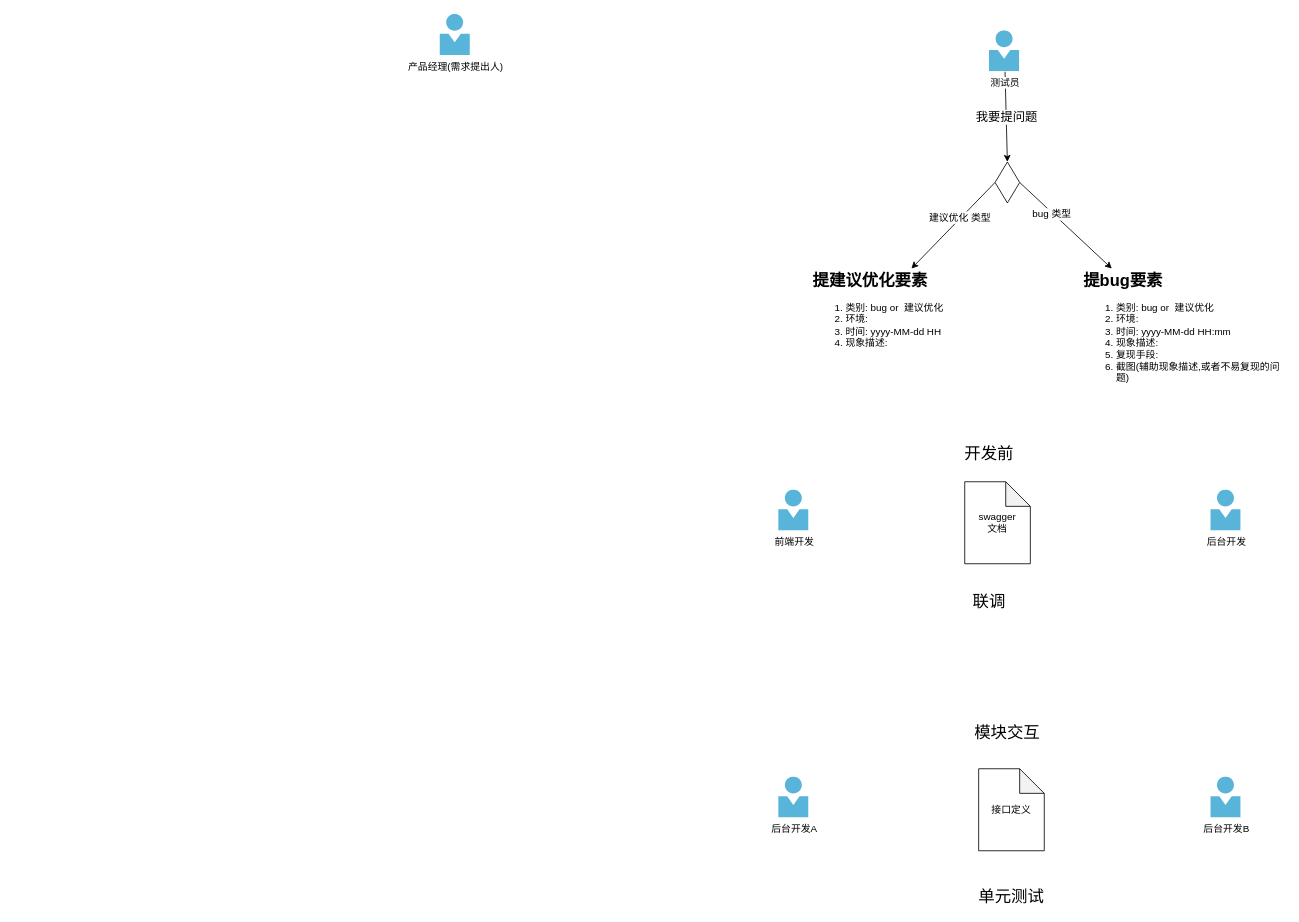
Before: tmp_临时画下.drawio in jingmian/design-repo, a draw.io diagram. Source tidied: cells renumbered, new cells numbered last; positions are measured from the earlier drawing's top-left corner, leaving out a move shared by most shapes. Both pictures are drawn from the tidied source at 82%, with x=0, y=0 at pixel (440, 14).
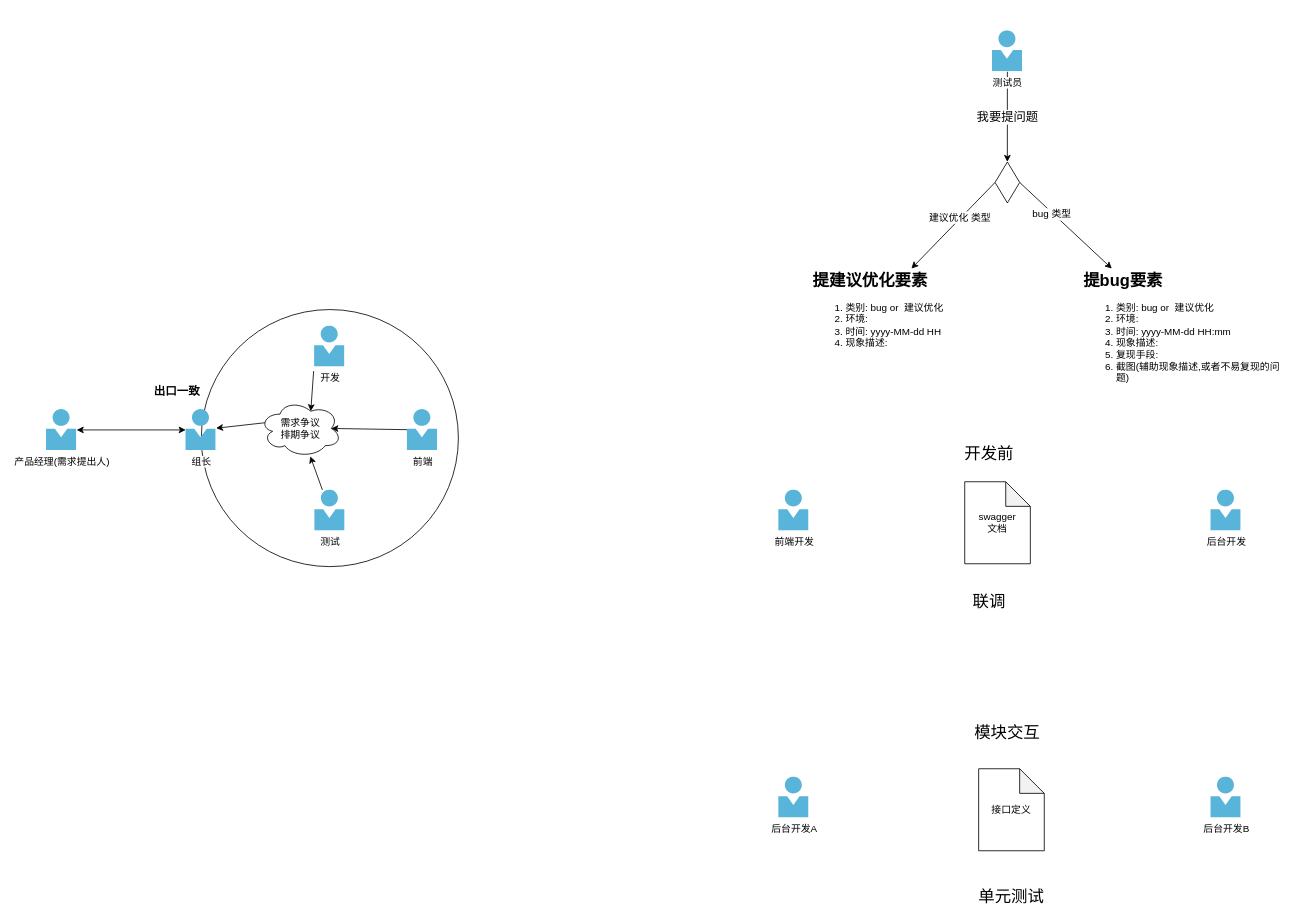
Above is the later version.

Commit message (it also covers changes not shown here):
更新tmp_临时画下.drawio

Change to the diagram source:
```diff
@@
+    <mxCell id="22" style="ellipse;whiteSpace=wrap;html=1;" parent="1" vertex="1">
+      <mxGeometry x="-291" y="360" width="313.5" height="313.5" as="geometry" />
+    </mxCell>
     <mxCell id="2" value="产品经理(需求提出人)" style="html=1;points=[];align=center;image;fontSize=12;image=img/lib/mscae/Person.svg;" parent="1" vertex="1">
-      <mxGeometry width="37" height="50" as="geometry" />
+      <mxGeometry x="-480" y="481.8" width="37" height="50" as="geometry" />
     </mxCell>
@@
     <mxCell id="7" value="测试员" style="html=1;points=[];align=center;image;fontSize=12;image=img/lib/mscae/Person.svg;" parent="1" vertex="1">
-      <mxGeometry x="670" y="20" width="37" height="50" as="geometry" />
+      <mxGeometry x="673.5" y="20" width="37" height="50" as="geometry" />
     </mxCell>
@@
+    <mxCell id="23" value="开发" style="html=1;points=[];align=center;image;fontSize=12;image=img/lib/mscae/Person.svg;" parent="1" vertex="1">
+      <mxGeometry x="-153" y="380" width="37" height="50" as="geometry" />
+    </mxCell>
+    <mxCell id="24" style="edgeStyle=none;rounded=0;jettySize=auto;html=1;startArrow=none;startFill=0;endArrow=classic;endFill=1;" parent="1" edge="1" source="25" target="33">
+      <mxGeometry relative="1" as="geometry" />
+    </mxCell>
+    <mxCell id="25" value="测试" style="html=1;points=[];align=center;image;fontSize=12;image=img/lib/mscae/Person.svg;" parent="1" vertex="1">
+      <mxGeometry x="-152.8" y="580" width="37" height="50" as="geometry" />
+    </mxCell>
+    <mxCell id="26" style="edgeStyle=none;rounded=0;jettySize=auto;html=1;entryX=0.875;entryY=0.5;entryDx=0;entryDy=0;entryPerimeter=0;startArrow=none;startFill=0;endArrow=classic;endFill=1;" parent="1" edge="1" source="27" target="33">
+      <mxGeometry relative="1" as="geometry" />
+    </mxCell>
+    <mxCell id="27" value="前端" style="html=1;points=[];align=center;image;fontSize=12;image=img/lib/mscae/Person.svg;" parent="1" vertex="1">
+      <mxGeometry x="-40" y="481.8" width="37" height="50" as="geometry" />
+    </mxCell>
+    <mxCell id="28" style="edgeStyle=none;rounded=0;jettySize=auto;html=1;startArrow=classic;startFill=1;" parent="1" edge="1" source="29" target="2">
+      <mxGeometry relative="1" as="geometry" />
+    </mxCell>
+    <mxCell id="29" value="组长" style="html=1;points=[];align=center;image;fontSize=12;image=img/lib/mscae/Person.svg;" parent="1" vertex="1">
+      <mxGeometry x="-310" y="481.8" width="37" height="50" as="geometry" />
+    </mxCell>
+    <mxCell id="30" value="&lt;font style=&quot;font-size: 14px&quot;&gt;&lt;b&gt;出口一致&lt;/b&gt;&lt;/font&gt;" style="text;html=1;strokeColor=none;fillColor=none;align=center;verticalAlign=middle;whiteSpace=wrap;rounded=0;" parent="1" vertex="1">
+      <mxGeometry x="-350" y="450" width="59" height="20" as="geometry" />
+    </mxCell>
+    <mxCell id="31" style="edgeStyle=none;rounded=0;jettySize=auto;html=1;exitX=0.625;exitY=0.2;exitDx=0;exitDy=0;exitPerimeter=0;entryX=-0.027;entryY=1.1;entryDx=0;entryDy=0;entryPerimeter=0;startArrow=classic;startFill=1;endArrow=none;endFill=0;" parent="1" edge="1" source="33" target="23">
+      <mxGeometry relative="1" as="geometry" />
+    </mxCell>
+    <mxCell id="32" style="edgeStyle=none;rounded=0;jettySize=auto;html=1;exitX=0.07;exitY=0.4;exitDx=0;exitDy=0;exitPerimeter=0;startArrow=none;startFill=0;endArrow=classic;endFill=1;" parent="1" edge="1" source="33" target="29">
+      <mxGeometry relative="1" as="geometry" />
+    </mxCell>
+    <mxCell id="33" value="需求争议&lt;br&gt;排期争议" style="ellipse;shape=cloud;whiteSpace=wrap;html=1;" parent="1" vertex="1">
+      <mxGeometry x="-220" y="470" width="100" height="70" as="geometry" />
+    </mxCell>
```
